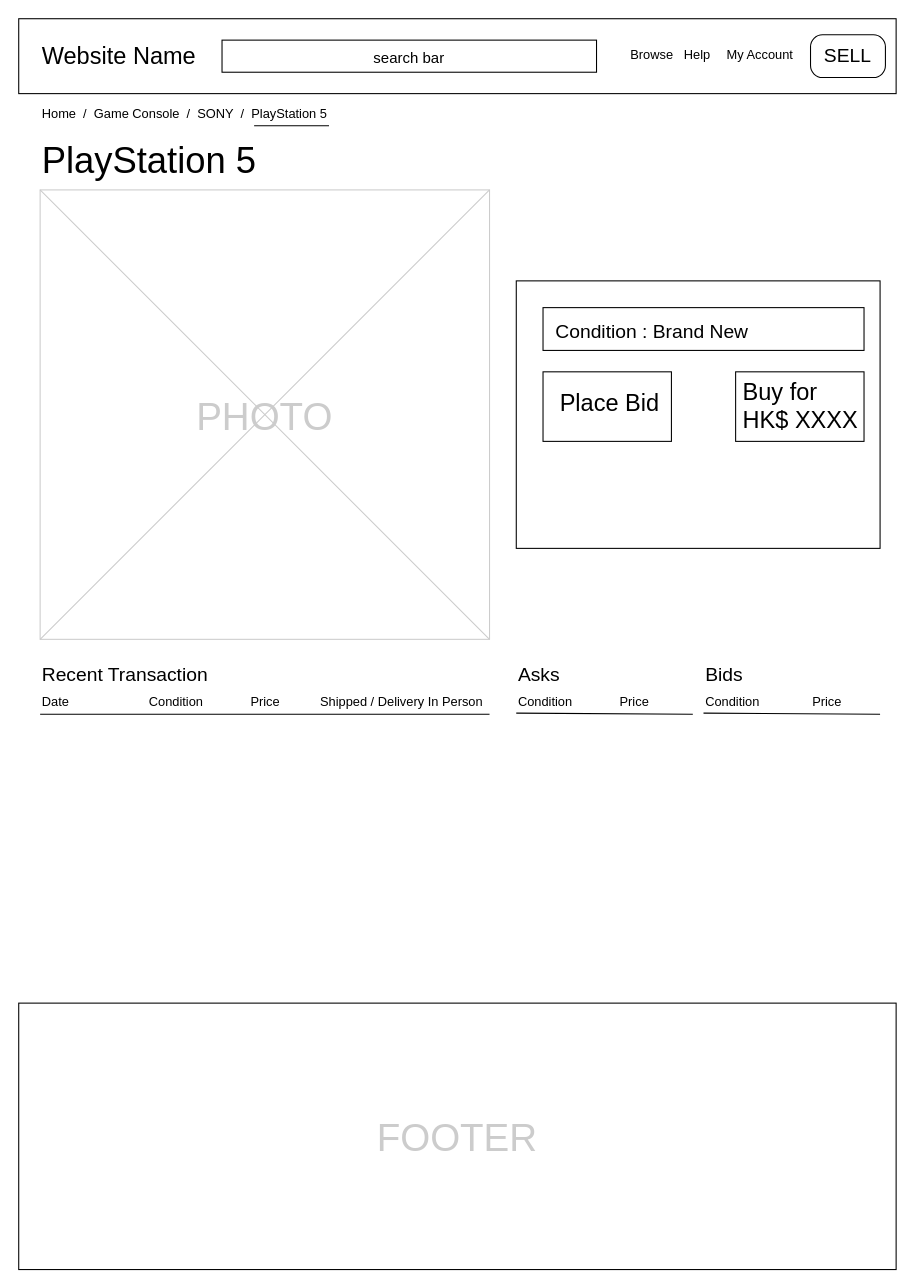
The draw.io diagram ProductPage.drawio in oneone105/tecky-exercises, before the edit. Source tidied: cells renumbered, new cells numbered last; positions are measured from the earlier drawing's top-left corner, leaving out a move shared by most shapes. Both pictures are drawn from the tidied source at 107%, with x=0, y=0 at pixel (18, 18).
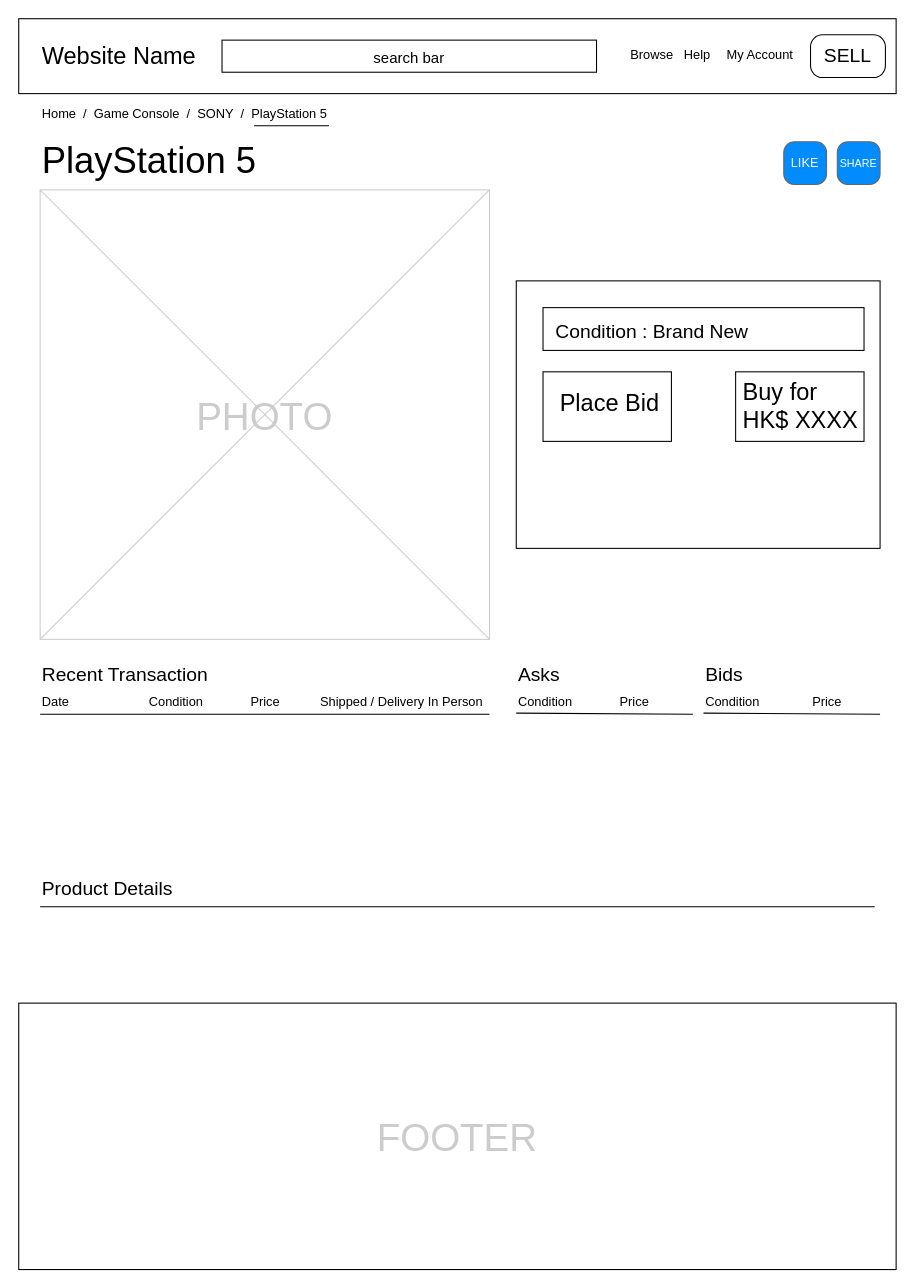
Above is the later version.

Diff of the diagram source:
```diff
@@
+    <mxCell id="40" value="Product Details" style="text;spacingTop=-5;fontSize=18;" parent="1" vertex="1">
+      <mxGeometry x="20" y="800" width="30" height="20" as="geometry" />
+    </mxCell>
+    <mxCell id="41" style="endArrow=none;html=1;rounded=0;fontSize=18;" parent="1" edge="1">
+      <mxGeometry relative="1" as="geometry">
+        <mxPoint x="20" y="830" as="sourcePoint" />
+        <mxPoint x="800" y="830" as="targetPoint" />
+      </mxGeometry>
+    </mxCell>
+    <mxCell id="42" value="LIKE" style="strokeWidth=1;shadow=0;dashed=0;align=center;html=1;shape=mxgraph.mockup.buttons.button;strokeColor=#666666;fontColor=#ffffff;mainText=;buttonStyle=round;fontSize=12;fontStyle=0;fillColor=#008cff;whiteSpace=wrap;" parent="1" vertex="1">
+      <mxGeometry x="715" y="115" width="40" height="40" as="geometry" />
+    </mxCell>
+    <mxCell id="43" value="SHARE" style="strokeWidth=1;shadow=0;dashed=0;align=center;html=1;shape=mxgraph.mockup.buttons.button;strokeColor=#666666;fontColor=#ffffff;mainText=;buttonStyle=round;fontSize=10;fontStyle=0;fillColor=#008cff;whiteSpace=wrap;" parent="1" vertex="1">
+      <mxGeometry x="765" y="115" width="40" height="40" as="geometry" />
+    </mxCell>
```
